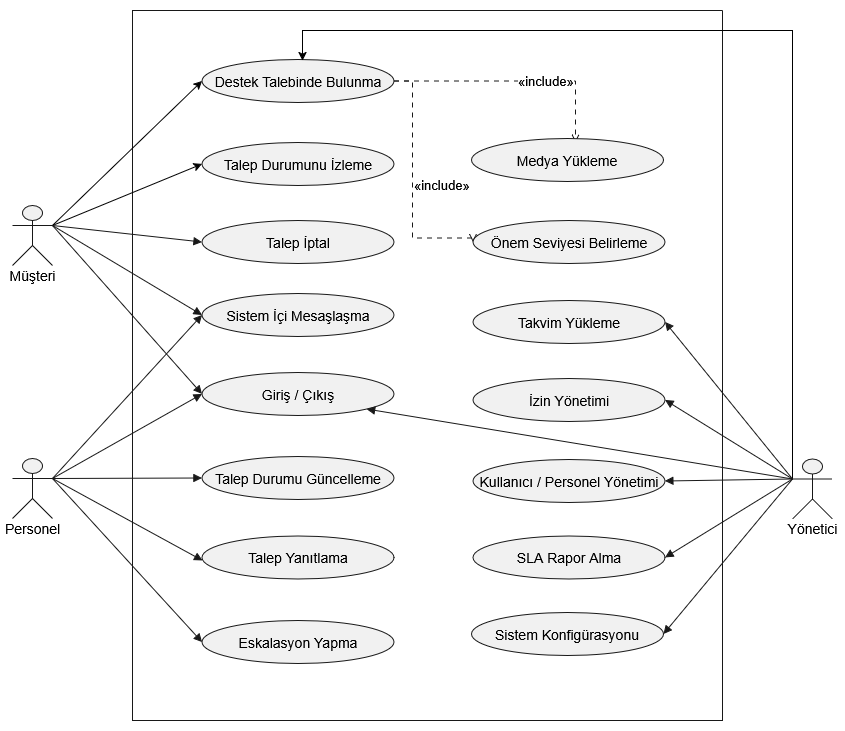
This is docs/images/usecase.png from BerkayBaskara/destek-talebi-sistemi, a draw.io export, as it was before one commit. Source tidied: cells renumbered, new cells last; positions are measured from the earlier drawing's top-left corner, leaving out a move shared by most shapes. The source it was exported from:
```xml
<mxGraphModel>
  <root>
    <mxCell id="0" />
    <mxCell id="1" parent="0" />
    <mxCell id="2" style="group;transparentBounds=1;editIcon=1;lockedGroup=0;groupPadding=10;" parent="1" vertex="1">
      <mxGeometry as="geometry" />
    </mxCell>
    <mxCell id="3" style="swimlane;startSize=0;fillColor=none;strokeColor=#181818;fontColor=#000000;fontSize=13;fontStyle=1;whiteSpace=wrap;" parent="2" vertex="1">
      <mxGeometry x="190" y="70" width="590" height="710" as="geometry" />
    </mxCell>
    <mxCell id="4" value="Talep Durumunu İzleme" style="ellipse;html=1;fillColor=#F1F1F1;strokeColor=#181818;whiteSpace=wrap;fontColor=#000000;fontSize=14;" parent="3" vertex="1">
      <mxGeometry x="69.5" y="132" width="192" height="43" as="geometry" />
    </mxCell>
    <mxCell id="5" value="«include»" style="endArrow=open;dashed=1;dashPattern=5 5;strokeColor=#181818;fontColor=#000000;fontSize=13;edgeStyle=orthogonalEdgeStyle;rounded=0;html=1;labelPosition=right;align=left;endSize=6;sourcePerimeterSpacing=0;targetPerimeterSpacing=0;exitX=1;exitY=0.5;exitDx=0;exitDy=0;" parent="3" edge="1" source="7">
      <mxGeometry relative="1" as="geometry">
        <mxPoint x="443" y="132" as="targetPoint" />
      </mxGeometry>
    </mxCell>
    <mxCell id="6" value="«include»" style="endArrow=open;dashed=1;dashPattern=5 5;strokeColor=#181818;fontColor=#000000;fontSize=13;edgeStyle=orthogonalEdgeStyle;rounded=0;html=1;labelPosition=right;align=left;endSize=6;sourcePerimeterSpacing=0;targetPerimeterSpacing=0;exitX=1;exitY=0.5;exitDx=0;exitDy=0;entryX=0;entryY=0.5;entryDx=0;entryDy=0;" parent="3" edge="1" source="7" target="15">
      <mxGeometry x="0.03" relative="1" as="geometry">
        <Array as="points">
          <mxPoint x="280" y="70.5" />
          <mxPoint x="280" y="227.5" />
        </Array>
      </mxGeometry>
    </mxCell>
    <mxCell id="7" value="Destek Talebinde Bulunma" style="ellipse;html=1;fillColor=#F1F1F1;strokeColor=#181818;whiteSpace=wrap;fontColor=#000000;fontSize=14;" parent="3" vertex="1">
      <mxGeometry x="69.5" y="49" width="192" height="43" as="geometry" />
    </mxCell>
    <mxCell id="8" value="Talep İptal" style="ellipse;html=1;fillColor=#F1F1F1;strokeColor=#181818;whiteSpace=wrap;fontColor=#000000;fontSize=14;" parent="3" vertex="1">
      <mxGeometry x="69.5" y="210" width="192" height="43" as="geometry" />
    </mxCell>
    <mxCell id="9" value="Sistem İçi Mesaşlaşma" style="ellipse;html=1;fillColor=#F1F1F1;strokeColor=#181818;whiteSpace=wrap;fontColor=#000000;fontSize=14;" parent="3" vertex="1">
      <mxGeometry x="69.5" y="283" width="192" height="43" as="geometry" />
    </mxCell>
    <mxCell id="10" value="Giriş / Çıkış" style="ellipse;html=1;fillColor=#F1F1F1;strokeColor=#181818;whiteSpace=wrap;fontColor=#000000;fontSize=14;" parent="3" vertex="1">
      <mxGeometry x="69.5" y="362" width="192" height="43" as="geometry" />
    </mxCell>
    <mxCell id="11" value="Talep Durumu Güncelleme" style="ellipse;html=1;fillColor=#F1F1F1;strokeColor=#181818;whiteSpace=wrap;fontColor=#000000;fontSize=14;" parent="3" vertex="1">
      <mxGeometry x="69.5" y="446" width="192" height="43" as="geometry" />
    </mxCell>
    <mxCell id="12" value="Talep Yanıtlama" style="ellipse;html=1;fillColor=#F1F1F1;strokeColor=#181818;whiteSpace=wrap;fontColor=#000000;fontSize=14;" parent="3" vertex="1">
      <mxGeometry x="69.5" y="525.5" width="192" height="43" as="geometry" />
    </mxCell>
    <mxCell id="13" value="Eskalasyon Yapma" style="ellipse;html=1;fillColor=#F1F1F1;strokeColor=#181818;whiteSpace=wrap;fontColor=#000000;fontSize=14;" parent="3" vertex="1">
      <mxGeometry x="69.5" y="610" width="192" height="43" as="geometry" />
    </mxCell>
    <mxCell id="14" value="Medya Yükleme" style="ellipse;html=1;fillColor=#F1F1F1;strokeColor=#181818;whiteSpace=wrap;fontColor=#000000;fontSize=14;" parent="3" vertex="1">
      <mxGeometry x="339" y="128" width="192" height="43" as="geometry" />
    </mxCell>
    <mxCell id="15" value="Önem Seviyesi Belirleme" style="ellipse;html=1;fillColor=#F1F1F1;strokeColor=#181818;whiteSpace=wrap;fontColor=#000000;fontSize=14;" parent="3" vertex="1">
      <mxGeometry x="340.5" y="210" width="192" height="43" as="geometry" />
    </mxCell>
    <mxCell id="16" value="Takvim Yükleme" style="ellipse;html=1;fillColor=#F1F1F1;strokeColor=#181818;whiteSpace=wrap;fontColor=#000000;fontSize=14;" parent="3" vertex="1">
      <mxGeometry x="340.5" y="290" width="192" height="43" as="geometry" />
    </mxCell>
    <mxCell id="17" value="İzin Yönetimi" style="ellipse;html=1;fillColor=#F1F1F1;strokeColor=#181818;whiteSpace=wrap;fontColor=#000000;fontSize=14;" parent="3" vertex="1">
      <mxGeometry x="340.5" y="368" width="192" height="43" as="geometry" />
    </mxCell>
    <mxCell id="18" value="Kullanıcı / Personel Yönetimi" style="ellipse;html=1;fillColor=#F1F1F1;strokeColor=#181818;whiteSpace=wrap;fontColor=#000000;fontSize=14;" parent="3" vertex="1">
      <mxGeometry x="340.5" y="449" width="192" height="43" as="geometry" />
    </mxCell>
    <mxCell id="19" value="SLA Rapor Alma" style="ellipse;html=1;fillColor=#F1F1F1;strokeColor=#181818;whiteSpace=wrap;fontColor=#000000;fontSize=14;" parent="3" vertex="1">
      <mxGeometry x="340.5" y="525.5" width="192" height="43" as="geometry" />
    </mxCell>
    <mxCell id="20" value="Sistem Konfigürasyonu" style="ellipse;html=1;fillColor=#F1F1F1;strokeColor=#181818;whiteSpace=wrap;fontColor=#000000;fontSize=14;" parent="3" vertex="1">
      <mxGeometry x="339" y="602" width="192" height="43" as="geometry" />
    </mxCell>
    <mxCell id="21" style="rounded=0;jettySize=auto;html=1;exitX=1;exitY=0.3333333333333333;exitDx=0;exitDy=0;exitPerimeter=0;entryX=0;entryY=0.5;entryDx=0;entryDy=0;" parent="2" edge="1" source="23" target="7">
      <mxGeometry relative="1" as="geometry" />
    </mxCell>
    <mxCell id="22" style="rounded=0;jettySize=auto;html=1;exitX=1;exitY=0.3333333333333333;exitDx=0;exitDy=0;exitPerimeter=0;entryX=0;entryY=0.5;entryDx=0;entryDy=0;" parent="2" edge="1" source="23" target="4">
      <mxGeometry relative="1" as="geometry" />
    </mxCell>
    <mxCell id="23" style="shape=umlActor;html=1;fillColor=#F1F1F1;strokeColor=#181818;fontColor=#000000;fontSize=14;" parent="2" vertex="1">
      <mxGeometry x="70" y="265" width="40" height="60" as="geometry" />
    </mxCell>
    <mxCell id="24" value="Müşteri" style="text;html=1;align=center;verticalAlign=middle;spacingBottom=1;fontColor=#000000;fontSize=14;" parent="23" vertex="1">
      <mxGeometry x="-11" y="62" width="62" height="17" as="geometry" />
    </mxCell>
    <mxCell id="25" style="shape=umlActor;html=1;fillColor=#F1F1F1;strokeColor=#181818;fontColor=#000000;fontSize=14;" parent="2" vertex="1">
      <mxGeometry x="70" y="518" width="40" height="60" as="geometry" />
    </mxCell>
    <mxCell id="26" value="Personel" style="text;html=1;align=center;verticalAlign=middle;spacingBottom=1;fontColor=#000000;fontSize=14;" parent="25" vertex="1">
      <mxGeometry x="-12.5" y="62" width="65" height="17" as="geometry" />
    </mxCell>
    <mxCell id="27" style="edgeStyle=orthogonalEdgeStyle;rounded=0;jettySize=auto;html=1;exitX=0;exitY=0.3333333333333333;exitDx=0;exitDy=0;exitPerimeter=0;" parent="2" edge="1" source="28">
      <mxGeometry x="-0.18" relative="1" as="geometry">
        <mxPoint x="360" y="120" as="targetPoint" />
        <Array as="points">
          <mxPoint x="850" y="90" />
          <mxPoint x="360" y="90" />
        </Array>
      </mxGeometry>
    </mxCell>
    <mxCell id="28" style="shape=umlActor;html=1;fillColor=#F1F1F1;strokeColor=#181818;fontColor=#000000;fontSize=14;" parent="2" vertex="1">
      <mxGeometry x="850" y="518.5" width="40" height="60" as="geometry" />
    </mxCell>
    <mxCell id="29" value="Yönetici" style="text;html=1;align=center;verticalAlign=middle;spacingBottom=1;fontColor=#000000;fontSize=14;" parent="28" vertex="1">
      <mxGeometry x="-12" y="62" width="64" height="17" as="geometry" />
    </mxCell>
    <mxCell id="30" style="endArrow=block;endFill=1;strokeColor=#181818;fontColor=#000000;fontSize=13;rounded=0;html=1;endSize=6;sourcePerimeterSpacing=0;targetPerimeterSpacing=0;exitX=1;exitY=0.3333333333333333;exitDx=0;exitDy=0;exitPerimeter=0;entryX=0;entryY=0.5;entryDx=0;entryDy=0;" parent="2" edge="1" source="23" target="10">
      <mxGeometry relative="1" as="geometry" />
    </mxCell>
    <mxCell id="31" style="endArrow=block;endFill=1;strokeColor=#181818;fontColor=#000000;fontSize=13;edgeStyle=none;rounded=0;html=1;curved=0;endSize=6;sourcePerimeterSpacing=0;targetPerimeterSpacing=0;exitX=1;exitY=0.3333333333333333;exitDx=0;exitDy=0;exitPerimeter=0;entryX=0;entryY=0.5;entryDx=0;entryDy=0;" parent="2" edge="1" source="23" target="8">
      <mxGeometry relative="1" as="geometry" />
    </mxCell>
    <mxCell id="32" style="endArrow=block;endFill=1;strokeColor=#181818;fontColor=#000000;fontSize=13;rounded=0;html=1;endSize=6;sourcePerimeterSpacing=0;targetPerimeterSpacing=0;exitX=1;exitY=0.3333333333333333;exitDx=0;exitDy=0;exitPerimeter=0;entryX=0;entryY=0.5;entryDx=0;entryDy=0;" parent="2" edge="1" source="23" target="9">
      <mxGeometry x="0.12" relative="1" as="geometry" />
    </mxCell>
    <mxCell id="33" style="endArrow=block;endFill=1;strokeColor=#181818;fontColor=#000000;fontSize=13;edgeStyle=none;rounded=0;html=1;curved=0;endSize=6;sourcePerimeterSpacing=0;targetPerimeterSpacing=0;exitX=1;exitY=0.3333333333333333;exitDx=0;exitDy=0;exitPerimeter=0;entryX=0;entryY=0.5;entryDx=0;entryDy=0;" parent="2" edge="1" source="25" target="10">
      <mxGeometry relative="1" as="geometry" />
    </mxCell>
    <mxCell id="34" style="endArrow=block;endFill=1;strokeColor=#181818;fontColor=#000000;fontSize=13;edgeStyle=none;rounded=0;html=1;curved=0;endSize=6;sourcePerimeterSpacing=0;targetPerimeterSpacing=0;entryX=0;entryY=0.5;entryDx=0;entryDy=0;exitX=1;exitY=0.3333333333333333;exitDx=0;exitDy=0;exitPerimeter=0;" parent="2" edge="1" source="25" target="9">
      <mxGeometry relative="1" as="geometry" />
    </mxCell>
    <mxCell id="35" style="endArrow=block;endFill=1;strokeColor=#181818;fontColor=#000000;fontSize=13;edgeStyle=none;rounded=0;html=1;curved=0;endSize=6;sourcePerimeterSpacing=0;targetPerimeterSpacing=0;exitX=1;exitY=0.3333333333333333;exitDx=0;exitDy=0;exitPerimeter=0;entryX=0;entryY=0.5;entryDx=0;entryDy=0;" parent="2" edge="1" source="25" target="11">
      <mxGeometry relative="1" as="geometry" />
    </mxCell>
    <mxCell id="36" style="endArrow=block;endFill=1;strokeColor=#181818;fontColor=#000000;fontSize=13;edgeStyle=none;rounded=0;html=1;exitX=1;exitY=0.3333333333333333;exitPerimeter=0;curved=0;endSize=6;sourcePerimeterSpacing=0;targetPerimeterSpacing=0;exitDx=0;exitDy=0;" parent="2" edge="1" source="25">
      <mxGeometry relative="1" as="geometry">
        <mxPoint x="260" y="620" as="targetPoint" />
      </mxGeometry>
    </mxCell>
    <mxCell id="37" style="endArrow=block;endFill=1;strokeColor=#181818;fontColor=#000000;fontSize=13;edgeStyle=none;rounded=0;html=1;exitX=1;exitY=0.3333333333333333;exitPerimeter=0;curved=0;endSize=6;sourcePerimeterSpacing=0;targetPerimeterSpacing=0;exitDx=0;exitDy=0;entryX=0;entryY=0.5;entryDx=0;entryDy=0;" parent="2" edge="1" source="25" target="13">
      <mxGeometry relative="1" as="geometry" />
    </mxCell>
    <mxCell id="38" style="endArrow=block;endFill=1;strokeColor=#181818;fontColor=#000000;fontSize=13;edgeStyle=none;rounded=0;html=1;curved=0;endSize=6;sourcePerimeterSpacing=0;targetPerimeterSpacing=0;entryX=1;entryY=0.5;entryDx=0;entryDy=0;exitX=0;exitY=0.3333333333333333;exitDx=0;exitDy=0;exitPerimeter=0;" parent="2" edge="1" source="28" target="17">
      <mxGeometry relative="1" as="geometry" />
    </mxCell>
    <mxCell id="39" style="endArrow=block;endFill=1;strokeColor=#181818;fontColor=#000000;fontSize=13;edgeStyle=none;rounded=0;html=1;curved=0;endSize=6;sourcePerimeterSpacing=0;targetPerimeterSpacing=0;exitX=0;exitY=0.3333333333333333;exitDx=0;exitDy=0;exitPerimeter=0;entryX=1;entryY=0.5;entryDx=0;entryDy=0;" parent="2" edge="1" source="28" target="16">
      <mxGeometry relative="1" as="geometry" />
    </mxCell>
    <mxCell id="40" style="endArrow=block;endFill=1;strokeColor=#181818;fontColor=#000000;fontSize=13;edgeStyle=none;rounded=0;html=1;curved=0;endSize=6;sourcePerimeterSpacing=0;targetPerimeterSpacing=0;exitX=0;exitY=0.3333333333333333;exitDx=0;exitDy=0;exitPerimeter=0;entryX=1;entryY=1;entryDx=0;entryDy=0;" parent="2" edge="1" source="28" target="10">
      <mxGeometry relative="1" as="geometry" />
    </mxCell>
    <mxCell id="41" style="endArrow=block;endFill=1;strokeColor=#181818;fontColor=#000000;fontSize=13;edgeStyle=none;rounded=0;html=1;exitX=0;exitY=0.3333333333333333;exitPerimeter=0;curved=0;endSize=6;sourcePerimeterSpacing=0;targetPerimeterSpacing=0;exitDx=0;exitDy=0;entryX=1;entryY=0.5;entryDx=0;entryDy=0;" parent="2" edge="1" source="28" target="18">
      <mxGeometry relative="1" as="geometry" />
    </mxCell>
    <mxCell id="42" style="endArrow=block;endFill=1;strokeColor=#181818;fontColor=#000000;fontSize=13;edgeStyle=none;rounded=0;html=1;exitX=0;exitY=0.3333333333333333;exitPerimeter=0;curved=0;endSize=6;sourcePerimeterSpacing=0;targetPerimeterSpacing=0;exitDx=0;exitDy=0;entryX=1;entryY=0.5;entryDx=0;entryDy=0;" parent="2" edge="1" source="28" target="19">
      <mxGeometry relative="1" as="geometry" />
    </mxCell>
    <mxCell id="43" style="endArrow=block;endFill=1;strokeColor=#181818;fontColor=#000000;fontSize=13;edgeStyle=none;rounded=0;html=1;exitX=0;exitY=0.3333333333333333;exitPerimeter=0;curved=0;endSize=6;sourcePerimeterSpacing=0;targetPerimeterSpacing=0;exitDx=0;exitDy=0;entryX=1;entryY=0.5;entryDx=0;entryDy=0;" parent="2" edge="1" source="28" target="20">
      <mxGeometry relative="1" as="geometry" />
    </mxCell>
  </root>
</mxGraphModel>
```
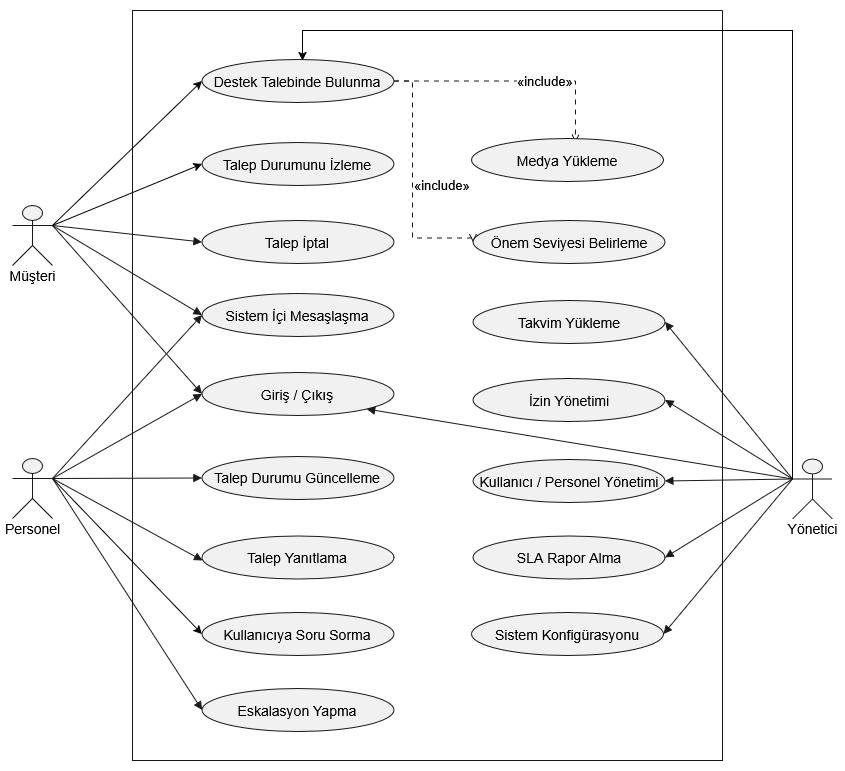
Above is the later version.

Commit message:
personel için kullanıcıya soru sorma özelliği eklendi

The edit, as a diff of the source:
```diff
@@ -6,7 +6,7 @@
       <mxGeometry as="geometry" />
     </mxCell>
     <mxCell id="3" style="swimlane;startSize=0;fillColor=none;strokeColor=#181818;fontColor=#000000;fontSize=13;fontStyle=1;whiteSpace=wrap;" parent="2" vertex="1">
-      <mxGeometry x="190" y="70" width="590" height="710" as="geometry" />
+      <mxGeometry x="190" y="70" width="590" height="750" as="geometry" />
     </mxCell>
     <mxCell id="4" value="Talep Durumunu İzleme" style="ellipse;html=1;fillColor=#F1F1F1;strokeColor=#181818;whiteSpace=wrap;fontColor=#000000;fontSize=14;" parent="3" vertex="1">
       <mxGeometry x="69.5" y="132" width="192" height="43" as="geometry" />
@@ -43,7 +43,7 @@
       <mxGeometry x="69.5" y="525.5" width="192" height="43" as="geometry" />
     </mxCell>
     <mxCell id="13" value="Eskalasyon Yapma" style="ellipse;html=1;fillColor=#F1F1F1;strokeColor=#181818;whiteSpace=wrap;fontColor=#000000;fontSize=14;" parent="3" vertex="1">
-      <mxGeometry x="69.5" y="610" width="192" height="43" as="geometry" />
+      <mxGeometry x="69.5" y="678" width="192" height="43" as="geometry" />
     </mxCell>
     <mxCell id="14" value="Medya Yükleme" style="ellipse;html=1;fillColor=#F1F1F1;strokeColor=#181818;whiteSpace=wrap;fontColor=#000000;fontSize=14;" parent="3" vertex="1">
       <mxGeometry x="339" y="128" width="192" height="43" as="geometry" />
@@ -66,6 +66,9 @@
     <mxCell id="20" value="Sistem Konfigürasyonu" style="ellipse;html=1;fillColor=#F1F1F1;strokeColor=#181818;whiteSpace=wrap;fontColor=#000000;fontSize=14;" parent="3" vertex="1">
       <mxGeometry x="339" y="602" width="192" height="43" as="geometry" />
     </mxCell>
+    <mxCell id="44" value="Kullanıcıya Soru Sorma" style="ellipse;html=1;fillColor=#F1F1F1;strokeColor=#181818;whiteSpace=wrap;fontColor=#000000;fontSize=14;" parent="3" vertex="1">
+      <mxGeometry x="69.5" y="602" width="192" height="43" as="geometry" />
+    </mxCell>
     <mxCell id="21" style="rounded=0;jettySize=auto;html=1;exitX=1;exitY=0.3333333333333333;exitDx=0;exitDy=0;exitPerimeter=0;entryX=0;entryY=0.5;entryDx=0;entryDy=0;" parent="2" edge="1" source="23" target="7">
       <mxGeometry relative="1" as="geometry" />
     </mxCell>
@@ -78,6 +81,9 @@
     <mxCell id="24" value="Müşteri" style="text;html=1;align=center;verticalAlign=middle;spacingBottom=1;fontColor=#000000;fontSize=14;" parent="23" vertex="1">
       <mxGeometry x="-11" y="62" width="62" height="17" as="geometry" />
     </mxCell>
+    <mxCell id="45" style="rounded=0;jettySize=auto;html=1;exitX=1;exitY=0.3333333333333333;exitDx=0;exitDy=0;exitPerimeter=0;defaultLabelBackgroundColor=gap;entryX=0;entryY=0.5;entryDx=0;entryDy=0;" parent="2" edge="1" source="25" target="44">
+      <mxGeometry relative="1" as="geometry" />
+    </mxCell>
     <mxCell id="25" style="shape=umlActor;html=1;fillColor=#F1F1F1;strokeColor=#181818;fontColor=#000000;fontSize=14;" parent="2" vertex="1">
       <mxGeometry x="70" y="518" width="40" height="60" as="geometry" />
     </mxCell>
```
